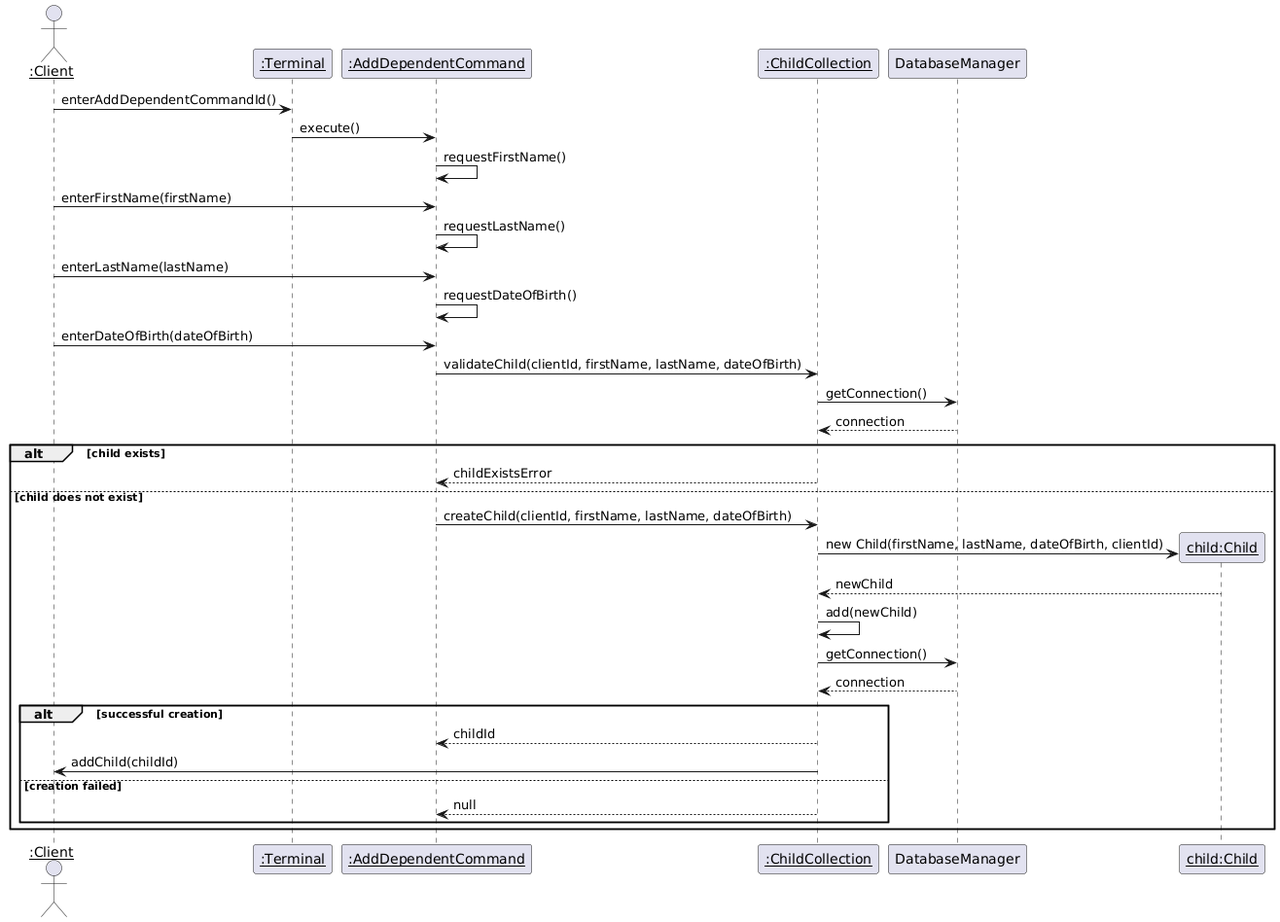
Before: iterationDeliverables/iteration-2/InteractionDiagrams/Images/Client-AddDependent.png, a diagram exported from PlantUML (Niravanaa/Alouer-SOEN342).
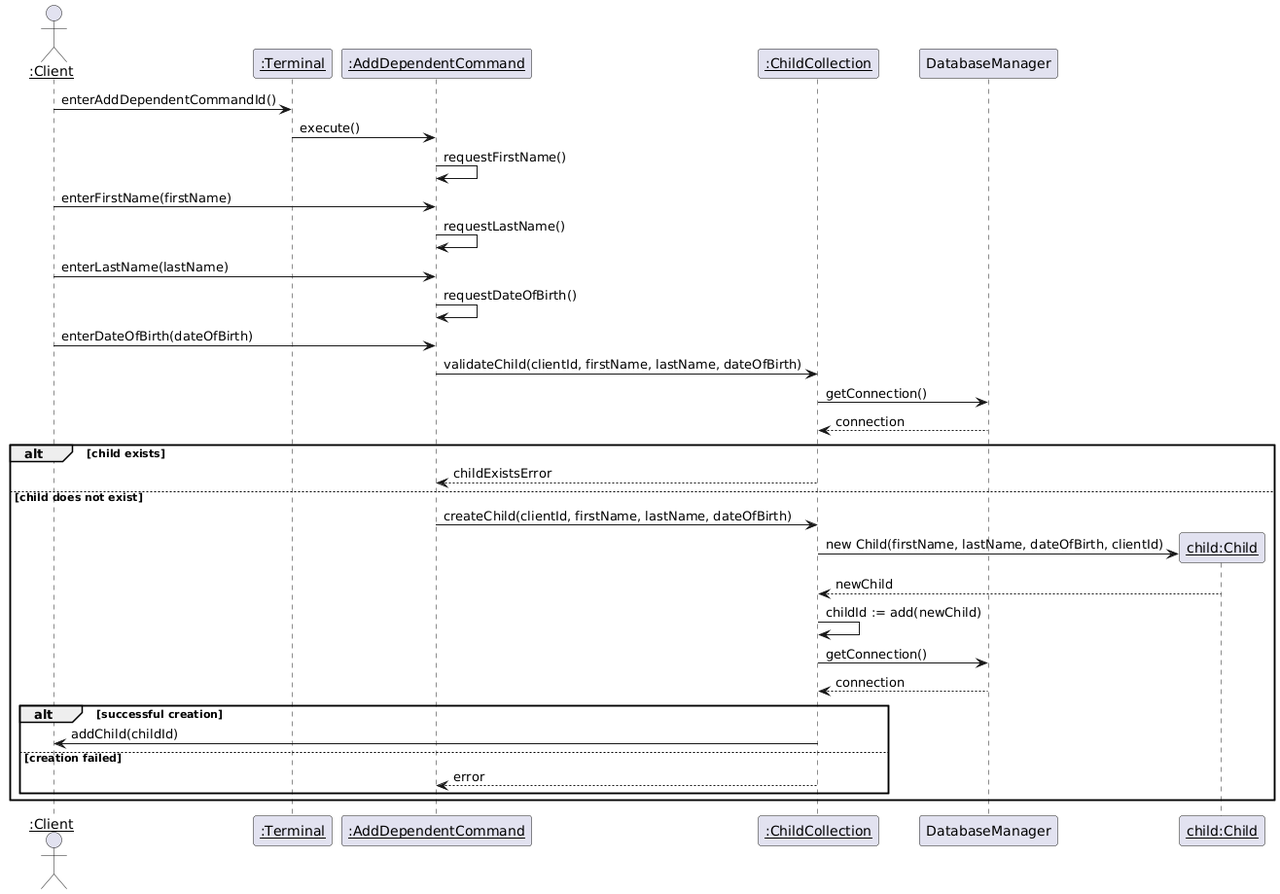
Later version of the same file.

What changed in the source:
```diff
@@ -23,14 +23,13 @@
     command -> childCollection : createChild(clientId, firstName, lastName, dateOfBirth)
     childCollection -> childObj ** : new Child(firstName, lastName, dateOfBirth, clientId)
     childObj --> childCollection : newChild
-    childCollection -> childCollection : add(newChild)
+    childCollection -> childCollection : childId := add(newChild)
     childCollection -> databaseManager : getConnection()
     databaseManager --> childCollection : connection
     alt successful creation
-        childCollection --> command : childId
         childCollection -> client : addChild(childId)
     else creation failed
-        childCollection --> command : null
+        childCollection --> command : error
     end
 end
 @enduml
```
